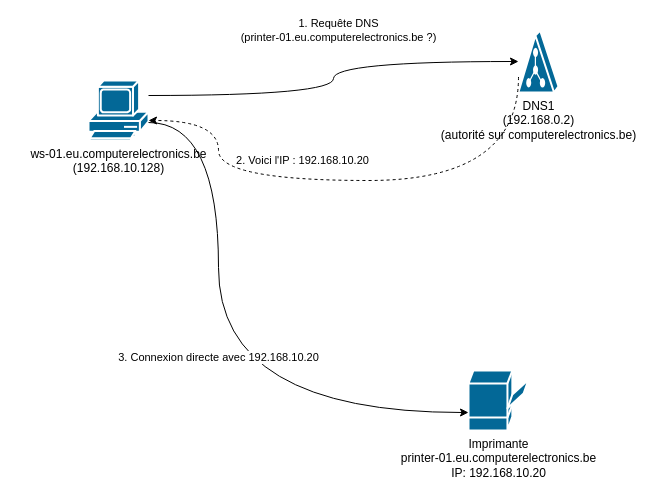
This is diagrams/dns_resolution_printer.drawio from choquitofrito/ActiveDirectory, a draw.io file, before an edit. Source tidied: cells renumbered, new cells numbered last; positions are measured from the earlier drawing's top-left corner, leaving out a move shared by most shapes. Both pictures are drawn from the tidied source at 100%, with x=0, y=0 at pixel (88, 30).
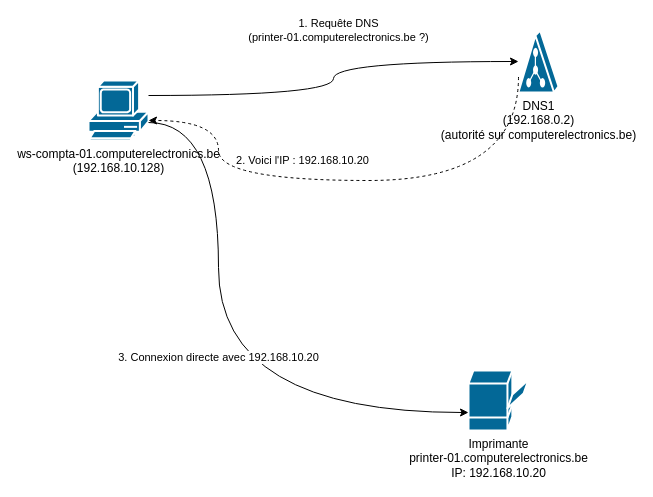
Above is the later version.

Change to the diagram source:
```diff
@@
 <mxGraphModel>
   <root>
     <mxCell id="0" />
     <mxCell id="1" parent="0" />
-    <mxCell id="2" value="ws-01.eu.computerelectronics.be&#10;(192.168.10.128)" style="shape=mxgraph.cisco.computers_and_peripherals.pc;html=1;dashed=0;fillColor=#036897;strokeColor=#ffffff;strokeWidth=2;verticalLabelPosition=bottom;verticalAlign=top;align=center;outlineConnect=0;" parent="1" vertex="1">
+    <mxCell id="2" value="ws-compta-01.computerelectronics.be&#10;(192.168.10.128)" style="shape=mxgraph.cisco.computers_and_peripherals.pc;html=1;dashed=0;fillColor=#036897;strokeColor=#ffffff;strokeWidth=2;verticalLabelPosition=bottom;verticalAlign=top;align=center;outlineConnect=0;" parent="1" vertex="1">
       <mxGeometry y="50" width="60" height="60" as="geometry" />
     </mxCell>
     <mxCell id="3" value="DNS1&#10;(192.168.0.2)&#10;(autorité sur computerelectronics.be)" style="shape=mxgraph.cisco.servers.directory_server;html=1;dashed=0;fillColor=#036897;strokeColor=#ffffff;strokeWidth=2;verticalLabelPosition=bottom;verticalAlign=top;align=center;outlineConnect=0;" parent="1" vertex="1">
       <mxGeometry x="430" width="40" height="62" as="geometry" />
     </mxCell>
-    <mxCell id="4" value="Imprimante&#10;printer-01.eu.computerelectronics.be&#10;IP: 192.168.10.20" style="shape=mxgraph.cisco.computers_and_peripherals.printer;html=1;dashed=0;fillColor=#036897;strokeColor=#ffffff;strokeWidth=2;verticalLabelPosition=bottom;verticalAlign=top;align=center;outlineConnect=0;" parent="1" vertex="1">
+    <mxCell id="4" value="Imprimante&#10;printer-01.computerelectronics.be&#10;IP: 192.168.10.20" style="shape=mxgraph.cisco.computers_and_peripherals.printer;html=1;dashed=0;fillColor=#036897;strokeColor=#ffffff;strokeWidth=2;verticalLabelPosition=bottom;verticalAlign=top;align=center;outlineConnect=0;" parent="1" vertex="1">
       <mxGeometry x="380" y="340" width="60" height="60" as="geometry" />
     </mxCell>
-    <mxCell id="5" value="1. Requête DNS&#10;(printer-01.eu.computerelectronics.be ?)" style="edgeStyle=orthogonalEdgeStyle;rounded=0;jettySize=auto;html=1;exitX=1;exitY=0.25;entryX=0;entryY=0.5;curved=1;" parent="1" edge="1" source="2" target="3">
+    <mxCell id="5" value="1. Requête DNS&#10;(printer-01.computerelectronics.be ?)" style="edgeStyle=orthogonalEdgeStyle;rounded=0;jettySize=auto;html=1;exitX=1;exitY=0.25;entryX=0;entryY=0.5;curved=1;" parent="1" edge="1" source="2" target="3">
       <mxGeometry x="0.11" y="31" relative="1" as="geometry" />
     </mxCell>
     <mxCell id="6" value="2. Voici l'IP : 192.168.10.20" style="edgeStyle=orthogonalEdgeStyle;rounded=0;jettySize=auto;html=1;exitX=0;exitY=0.75;dashed=1;curved=1;" parent="1" edge="1" source="3" target="2">
       <mxGeometry x="0.2" y="-20" relative="1" as="geometry">
         <Array as="points">
           <mxPoint x="430" y="150" />
           <mxPoint x="130" y="150" />
           <mxPoint x="130" y="90" />
         </Array>
       </mxGeometry>
     </mxCell>
     <mxCell id="7" value="3. Connexion directe avec 192.168.10.20" style="edgeStyle=orthogonalEdgeStyle;rounded=0;jettySize=auto;html=1;exitX=1;exitY=0.7;entryX=0;entryY=0.7;curved=1;" parent="1" edge="1" source="2" target="4">
       <mxGeometry relative="1" as="geometry">
         <Array as="points">
           <mxPoint x="130" y="92" />
           <mxPoint x="130" y="382" />
         </Array>
       </mxGeometry>
     </mxCell>
   </root>
 </mxGraphModel>
```
